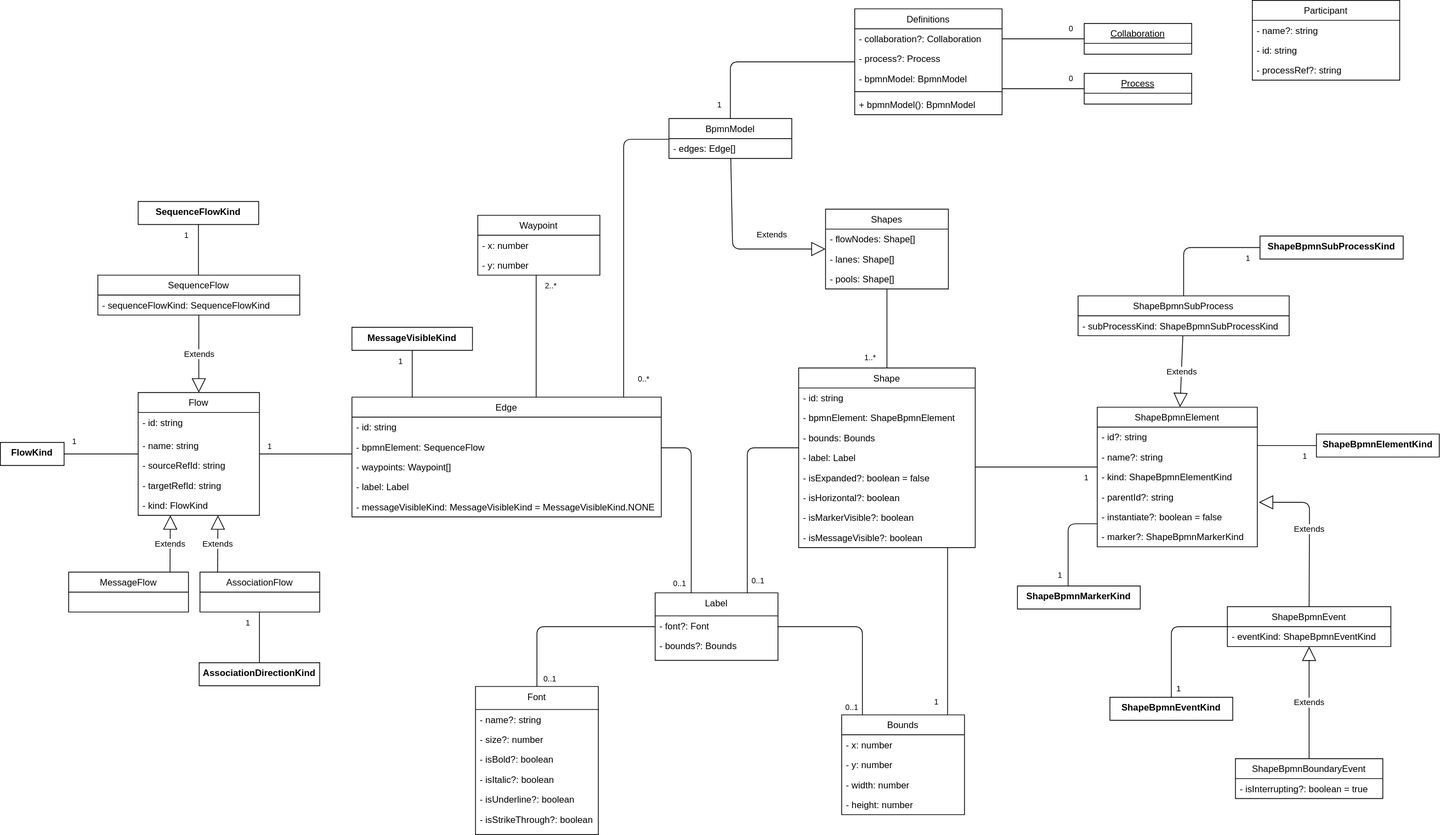
Above: docs/architecture/images/architecture/internal-model.svg in process-analytics/bpmn-visualization-js (draw.io), before the change. Source tidied: cells renumbered, new cells last; positions are measured from the earlier drawing's top-left corner, leaving out a move shared by most shapes.
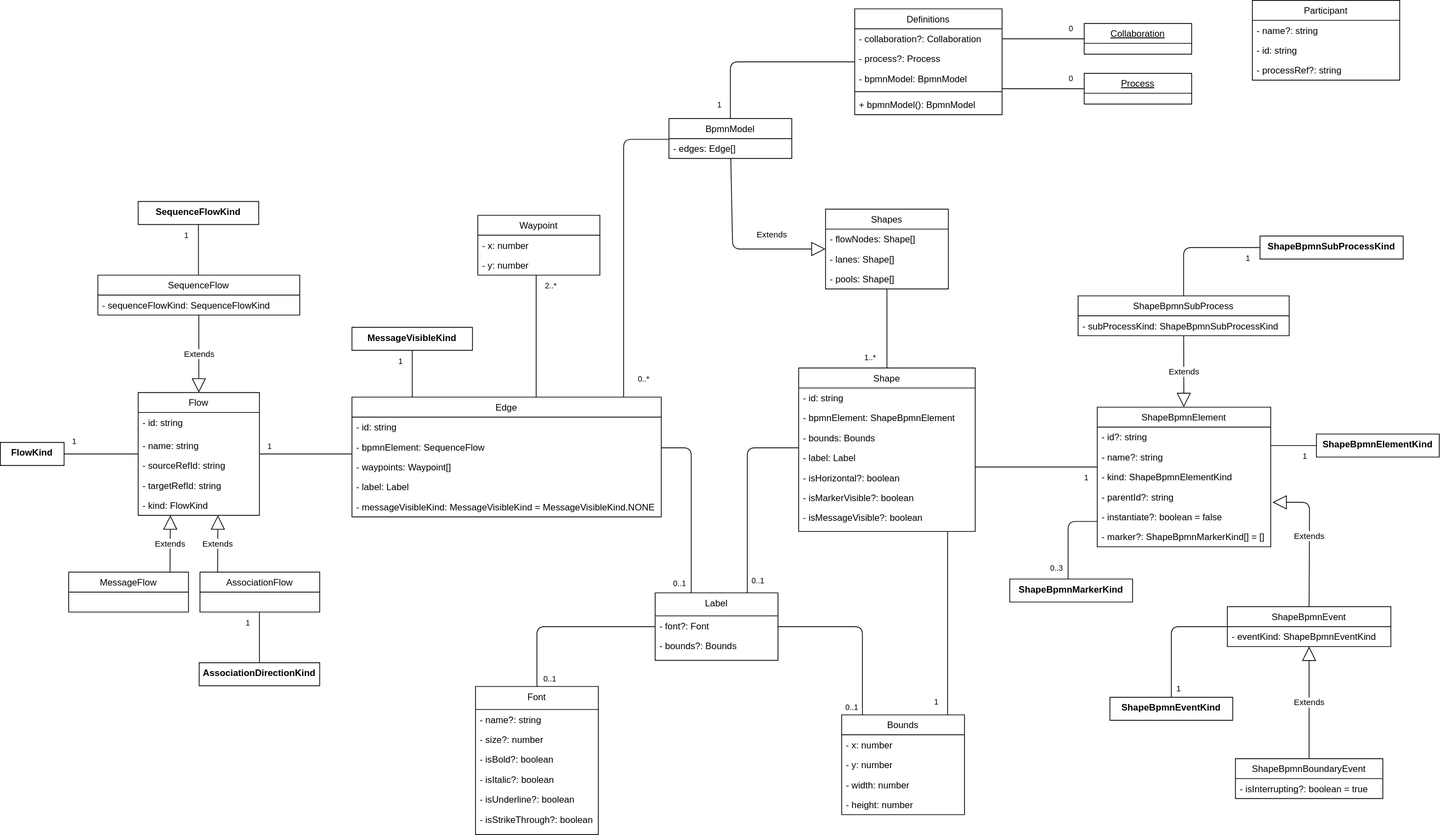
Above is the later version.

What changed in the source:
```diff
@@ -196,7 +196,7 @@
       <mxGeometry y="130" width="403" height="26" as="geometry" />
     </mxCell>
     <mxCell id="39" value="Shape" style="swimlane;fontStyle=0;align=center;verticalAlign=top;horizontal=1;startSize=26;rounded=0;shadow=0;strokeWidth=1;" parent="1" vertex="1">
-      <mxGeometry x="1040" y="479" width="230" height="234" as="geometry" />
+      <mxGeometry x="1040" y="479" width="230" height="213" as="geometry" />
     </mxCell>
     <mxCell id="40" value="- id: string" style="text;strokeColor=none;fillColor=none;align=left;verticalAlign=top;spacingLeft=4;spacingRight=4;overflow=hidden;shadow=0;" parent="39" vertex="1">
       <mxGeometry y="26" width="230" height="26" as="geometry" />
@@ -210,17 +210,14 @@
     <mxCell id="43" value="- label: Label" style="text;strokeColor=none;fillColor=none;align=left;verticalAlign=top;spacingLeft=4;spacingRight=4;overflow=hidden;shadow=0;" parent="39" vertex="1">
       <mxGeometry y="104" width="230" height="26" as="geometry" />
     </mxCell>
-    <mxCell id="44" value="- isExpanded?: boolean = false" style="text;strokeColor=none;fillColor=none;align=left;verticalAlign=top;spacingLeft=4;spacingRight=4;overflow=hidden;shadow=0;" parent="39" vertex="1">
-      <mxGeometry y="130" width="230" height="26" as="geometry" />
-    </mxCell>
     <mxCell id="45" value="- isHorizontal?: boolean" style="text;strokeColor=none;fillColor=none;align=left;verticalAlign=top;spacingLeft=4;spacingRight=4;overflow=hidden;shadow=0;" parent="39" vertex="1">
-      <mxGeometry y="156" width="230" height="26" as="geometry" />
+      <mxGeometry y="130" width="230" height="26" as="geometry" />
     </mxCell>
     <mxCell id="46" value="- isMarkerVisible?: boolean" style="text;strokeColor=none;fillColor=none;align=left;verticalAlign=top;spacingLeft=4;spacingRight=4;overflow=hidden;shadow=0;" parent="39" vertex="1">
-      <mxGeometry y="182" width="230" height="26" as="geometry" />
+      <mxGeometry y="156" width="230" height="26" as="geometry" />
     </mxCell>
     <mxCell id="47" value="- isMessageVisible?: boolean" style="text;strokeColor=none;fillColor=none;align=left;verticalAlign=top;spacingLeft=4;spacingRight=4;overflow=hidden;shadow=0;" parent="39" vertex="1">
-      <mxGeometry y="208" width="230" height="26" as="geometry" />
+      <mxGeometry y="182" width="230" height="26" as="geometry" />
     </mxCell>
     <mxCell id="48" value="Shapes" style="swimlane;fontStyle=0;align=center;verticalAlign=top;horizontal=1;startSize=26;rounded=0;shadow=0;strokeWidth=1;" parent="1" vertex="1">
       <mxGeometry x="1075" y="272" width="160" height="104" as="geometry" />
@@ -306,25 +303,25 @@
       <mxGeometry y="78" width="192" height="26" as="geometry" />
     </mxCell>
     <mxCell id="67" value="ShapeBpmnElement" style="swimlane;fontStyle=0;horizontal=1;startSize=26;fillColor=none;shadow=0;" parent="1" vertex="1">
-      <mxGeometry x="1429" y="530" width="208.5" height="182" as="geometry" />
+      <mxGeometry x="1429" y="530" width="226" height="182" as="geometry" />
     </mxCell>
     <mxCell id="68" value="- id?: string" style="text;strokeColor=none;fillColor=none;align=left;verticalAlign=top;spacingLeft=4;spacingRight=4;overflow=hidden;shadow=0;" parent="67" vertex="1">
-      <mxGeometry y="26" width="208.5" height="26" as="geometry" />
+      <mxGeometry y="26" width="226" height="26" as="geometry" />
     </mxCell>
     <mxCell id="69" value="- name?: string" style="text;strokeColor=none;fillColor=none;align=left;verticalAlign=top;spacingLeft=4;spacingRight=4;overflow=hidden;shadow=0;" parent="67" vertex="1">
-      <mxGeometry y="52" width="208.5" height="26" as="geometry" />
+      <mxGeometry y="52" width="226" height="26" as="geometry" />
     </mxCell>
     <mxCell id="70" value="- kind: ShapeBpmnElementKind" style="text;strokeColor=none;fillColor=none;align=left;verticalAlign=top;spacingLeft=4;spacingRight=4;overflow=hidden;shadow=0;" parent="67" vertex="1">
-      <mxGeometry y="78" width="208.5" height="26" as="geometry" />
+      <mxGeometry y="78" width="226" height="26" as="geometry" />
     </mxCell>
     <mxCell id="71" value="- parentId?: string" style="text;strokeColor=none;fillColor=none;align=left;verticalAlign=top;spacingLeft=4;spacingRight=4;overflow=hidden;points=[[0,0.5],[1,0.5]];portConstraint=eastwest;shadow=0;" parent="67" vertex="1">
-      <mxGeometry y="104" width="208.5" height="26" as="geometry" />
+      <mxGeometry y="104" width="226" height="26" as="geometry" />
     </mxCell>
-    <mxCell id="72" value="- instantiate?: boolean = false" style="text;strokeColor=none;fillColor=none;align=left;verticalAlign=top;spacingLeft=4;spacingRight=4;overflow=hidden;shadow=0;" parent="67" vertex="1">
-      <mxGeometry y="130" width="208.5" height="26" as="geometry" />
-    </mxCell>
+    <mxCell id="44" value="- instantiate?: boolean = false" style="text;strokeColor=none;fillColor=none;align=left;verticalAlign=top;spacingLeft=4;spacingRight=4;overflow=hidden;shadow=0;" parent="67" vertex="1">
+      <mxGeometry y="130" width="226" height="26" as="geometry" />
+    </mxCell>
-    <mxCell id="73" value="- marker?: ShapeBpmnMarkerKind" style="text;strokeColor=none;fillColor=none;align=left;verticalAlign=top;spacingLeft=4;spacingRight=4;overflow=hidden;shadow=0;" parent="67" vertex="1">
-      <mxGeometry y="156" width="208.5" height="26" as="geometry" />
+    <mxCell id="73" value="- marker?: ShapeBpmnMarkerKind[] = []" style="text;strokeColor=none;fillColor=none;align=left;verticalAlign=top;spacingLeft=4;spacingRight=4;overflow=hidden;shadow=0;" parent="67" vertex="1">
+      <mxGeometry y="156" width="226" height="26" as="geometry" />
     </mxCell>
     <mxCell id="74" value="ShapeBpmnEvent" style="swimlane;fontStyle=0;horizontal=1;startSize=26;fillColor=none;shadow=0;" parent="1" vertex="1">
       <mxGeometry x="1598.5" y="790" width="213" height="52" as="geometry" />
@@ -526,20 +523,20 @@
     <mxCell id="131" value="AssociationDirectionKind" style="swimlane;fontStyle=1;horizontal=1;startSize=26;fillColor=none;swimlaneLine=0;rounded=0;shadow=0;comic=0;glass=0;" parent="1" vertex="1">
       <mxGeometry x="259" y="863" width="157" height="30" as="geometry" />
     </mxCell>
-    <mxCell id="132" value="ShapeBpmnMarkerKind" style="swimlane;fontStyle=1;horizontal=1;startSize=26;fillColor=none;swimlaneLine=0;rounded=0;shadow=0;comic=0;glass=0;" parent="1" vertex="1">
-      <mxGeometry x="1325" y="763" width="160" height="30" as="geometry" />
-    </mxCell>
     <mxCell id="133" style="endArrow=none;html=1;edgeStyle=orthogonalEdgeStyle;shadow=0;" parent="1" edge="1" source="132" target="67">
       <mxGeometry relative="1" as="geometry">
         <Array as="points">
-          <mxPoint x="1391" y="682" />
+          <mxPoint x="1391" y="679" />
         </Array>
       </mxGeometry>
     </mxCell>
-    <mxCell id="134" value="1" style="html=1;align=left;verticalAlign=bottom;labelBackgroundColor=#ffffff;fontSize=10;shadow=0;" parent="133" vertex="1">
+    <mxCell id="134" value="&lt;div&gt;0..3&lt;/div&gt;" style="html=1;align=left;verticalAlign=bottom;labelBackgroundColor=#ffffff;fontSize=10;shadow=0;" parent="133" vertex="1">
       <mxGeometry x="-1" relative="1" as="geometry">
-        <mxPoint x="-15" y="-6" as="offset" />
+        <mxPoint x="-25" y="-6" as="offset" />
       </mxGeometry>
     </mxCell>
+    <mxCell id="132" value="ShapeBpmnMarkerKind" style="swimlane;fontStyle=1;horizontal=1;startSize=26;fillColor=none;swimlaneLine=0;rounded=0;shadow=0;comic=0;glass=0;" parent="1" vertex="1">
+      <mxGeometry x="1315" y="754" width="160" height="30" as="geometry" />
+    </mxCell>
   </root>
 </mxGraphModel>
```
